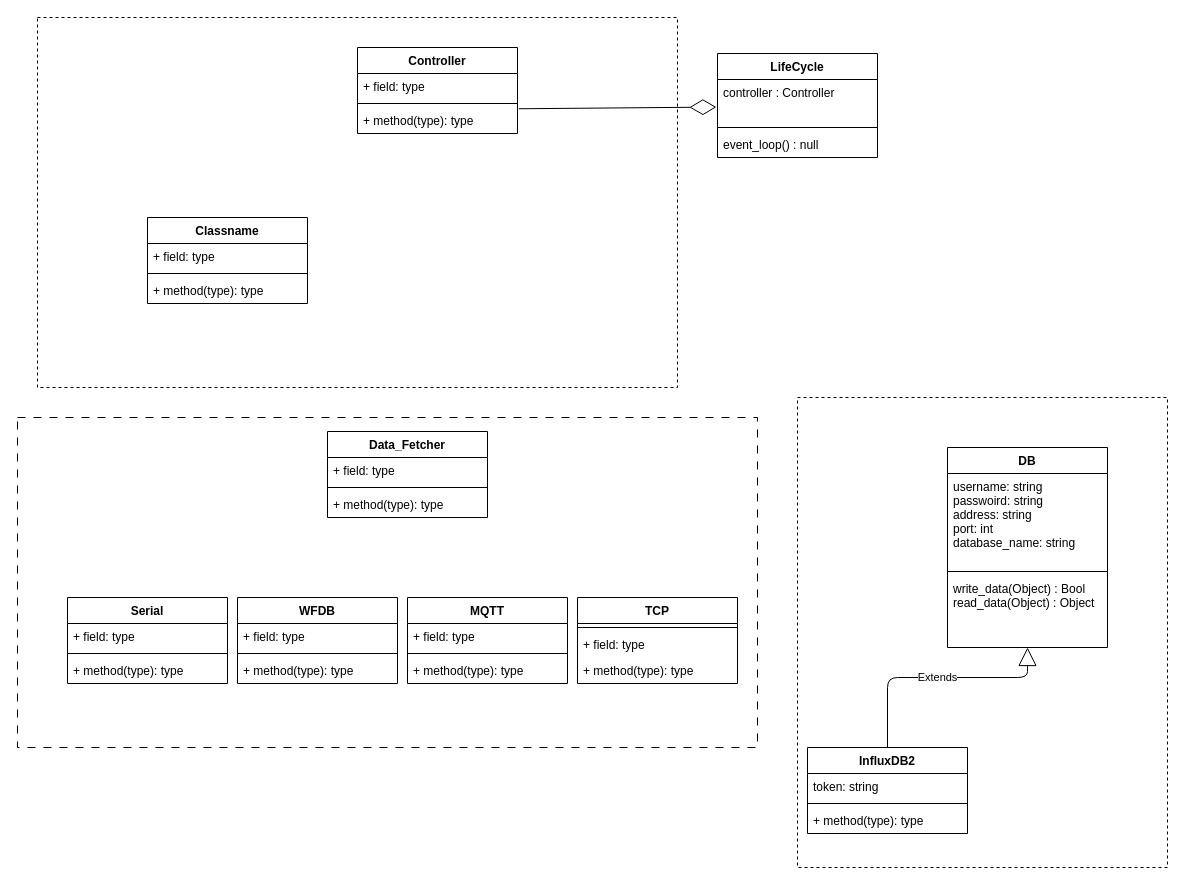
Before: UML.drawio in Das-Horn/BIOSLAM-Project, a draw.io diagram. Source tidied: cells renumbered, new cells numbered last; positions are measured from the earlier drawing's top-left corner, leaving out a move shared by most shapes. Both pictures are drawn from the tidied source at 100%, with x=0, y=0 at pixel (17, 17).
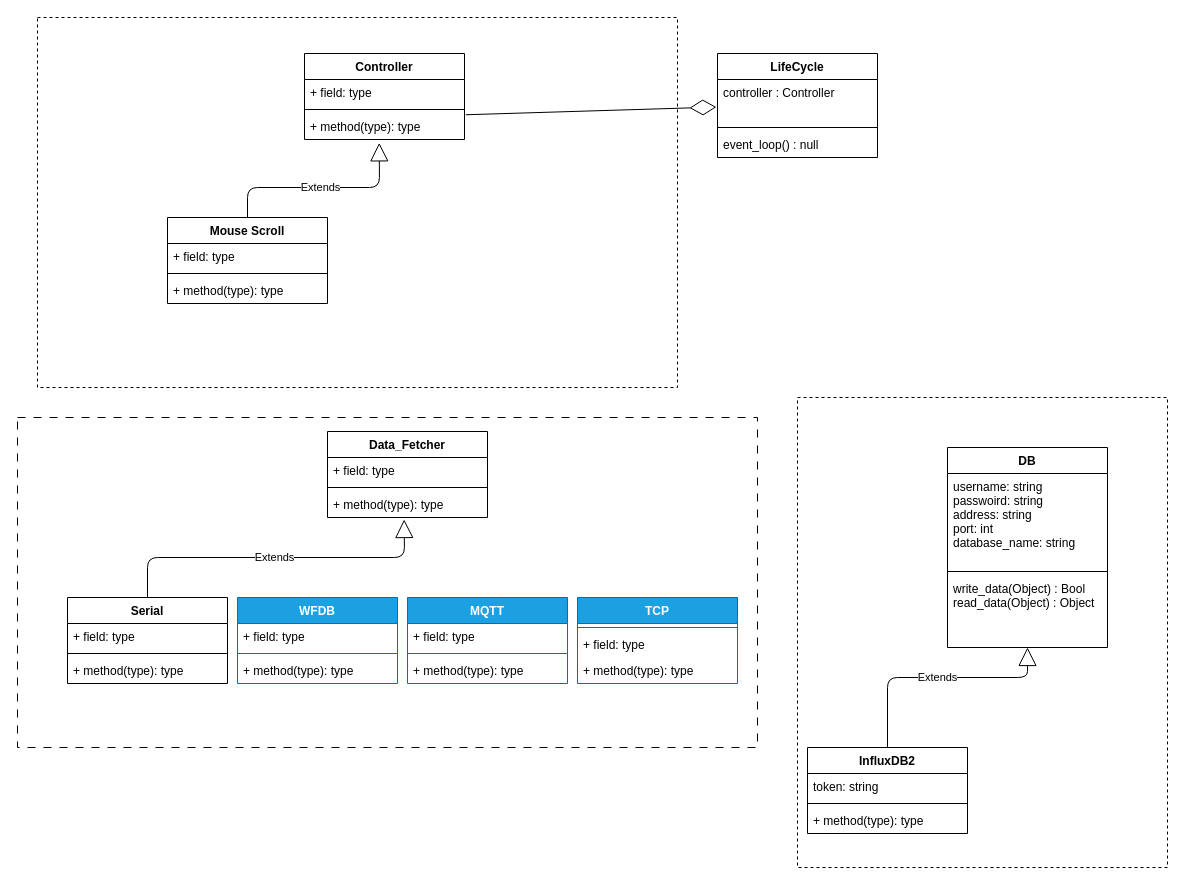
Above is the later version.

The change refers to these unchanged cells:
```xml
<mxCell id="21" value="+ method(type): type" style="text;strokeColor=none;fillColor=none;align=left;verticalAlign=top;spacingLeft=4;spacingRight=4;overflow=hidden;points=[[0,0.5],[1,0.5]];portConstraint=eastwest;" parent="18" vertex="1">
  <mxGeometry y="60" width="160" height="26" as="geometry" />
</mxCell>
<mxCell id="30" value="+ method(type): type" style="text;strokeColor=none;fillColor=none;align=left;verticalAlign=top;spacingLeft=4;spacingRight=4;overflow=hidden;points=[[0,0.5],[1,0.5]];portConstraint=eastwest;" parent="27" vertex="1">
  <mxGeometry y="60" width="160" height="26" as="geometry" />
</mxCell>
<mxCell id="31" value="Serial" style="swimlane;fontStyle=1;align=center;verticalAlign=top;horizontal=1;startSize=26;" parent="1" vertex="1">
  <mxGeometry x="50" y="580" width="160" height="86" as="geometry" />
</mxCell>
```

What changed in the source:
```diff
@@
     <mxCell id="18" value="Controller" style="swimlane;fontStyle=1;align=center;verticalAlign=top;horizontal=1;startSize=26;" parent="1" vertex="1">
-      <mxGeometry x="340" y="30" width="160" height="86" as="geometry" />
+      <mxGeometry x="287" y="36" width="160" height="86" as="geometry" />
     </mxCell>
@@
-    <mxCell id="22" value="Classname" style="swimlane;fontStyle=1;align=center;verticalAlign=top;horizontal=1;startSize=26;" parent="1" vertex="1">
-      <mxGeometry x="130" y="200" width="160" height="86" as="geometry" />
+    <mxCell id="22" value="Mouse Scroll" style="swimlane;fontStyle=1;align=center;verticalAlign=top;horizontal=1;startSize=26;" parent="1" vertex="1">
+      <mxGeometry x="150" y="200" width="160" height="86" as="geometry" />
     </mxCell>
@@
-    <mxCell id="35" value="MQTT" style="swimlane;fontStyle=1;align=center;verticalAlign=top;horizontal=1;startSize=26;" parent="1" vertex="1">
+    <mxCell id="35" value="MQTT" style="swimlane;fontStyle=1;align=center;verticalAlign=top;horizontal=1;startSize=26;fillColor=#1ba1e2;fontColor=#ffffff;strokeColor=#006EAF;" parent="1" vertex="1">
       <mxGeometry x="390" y="580" width="160" height="86" as="geometry" />
     </mxCell>
@@
-    <mxCell id="39" value="WFDB" style="swimlane;fontStyle=1;align=center;verticalAlign=top;horizontal=1;startSize=26;" parent="1" vertex="1">
+    <mxCell id="39" value="WFDB" style="swimlane;fontStyle=1;align=center;verticalAlign=top;horizontal=1;startSize=26;fillColor=#1ba1e2;fontColor=#ffffff;strokeColor=#006EAF;" parent="1" vertex="1">
       <mxGeometry x="220" y="580" width="160" height="86" as="geometry" />
     </mxCell>
@@
-    <mxCell id="43" value="TCP" style="swimlane;fontStyle=1;align=center;verticalAlign=top;horizontal=1;startSize=26;" parent="1" vertex="1">
+    <mxCell id="43" value="TCP" style="swimlane;fontStyle=1;align=center;verticalAlign=top;horizontal=1;startSize=26;fillColor=#1ba1e2;fontColor=#ffffff;strokeColor=#006EAF;" parent="1" vertex="1">
       <mxGeometry x="560" y="580" width="160" height="86" as="geometry" />
     </mxCell>
@@
+    <mxCell id="47" value="Extends" style="endArrow=block;endSize=16;endFill=0;html=1;exitX=0.5;exitY=0;exitDx=0;exitDy=0;entryX=0.479;entryY=1.077;entryDx=0;entryDy=0;entryPerimeter=0;" parent="1" edge="1" source="31" target="30">
+      <mxGeometry relative="1" as="geometry">
+        <Array as="points">
+          <mxPoint x="130" y="540" />
+          <mxPoint x="387" y="540" />
+        </Array>
+      </mxGeometry>
+    </mxCell>
+    <mxCell id="48" value="Extends" style="endArrow=block;endSize=16;endFill=0;html=1;exitX=0.5;exitY=0;exitDx=0;exitDy=0;entryX=0.467;entryY=1.129;entryDx=0;entryDy=0;entryPerimeter=0;" parent="1" edge="1" source="22" target="21">
+      <mxGeometry relative="1" as="geometry">
+        <Array as="points">
+          <mxPoint x="230" y="170" />
+          <mxPoint x="362" y="170" />
+        </Array>
+      </mxGeometry>
+    </mxCell>
```
